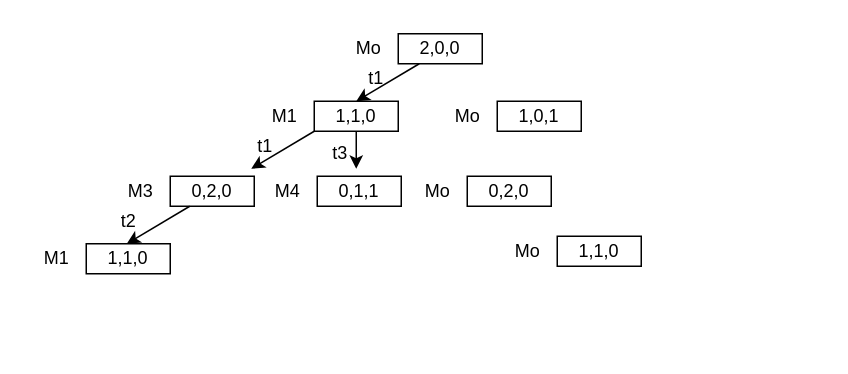
The draw.io diagram Дерево достижимости.drawio in lyudmilareshetyuk/draw.io, before the edit. Source tidied: cells renumbered, new cells numbered last; positions are measured from the earlier drawing's top-left corner, leaving out a move shared by most shapes. Both pictures are drawn from the tidied source at 150%, with x=0, y=0 at pixel (26, 26).
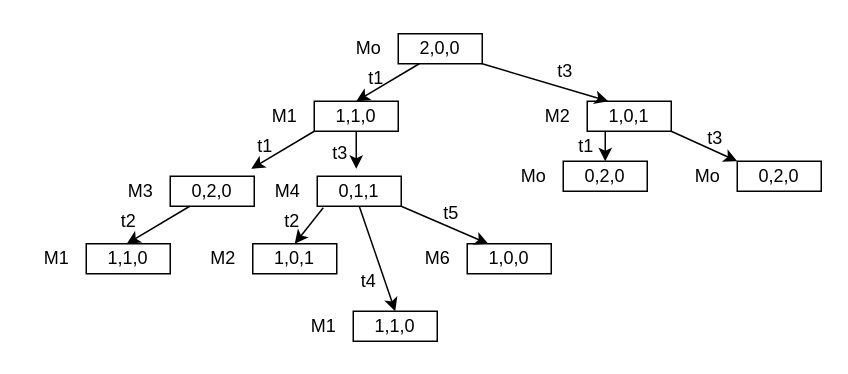
After the change.

The change refers to these unchanged cells:
```xml
<mxCell id="2" value="2,0,0" style="rounded=0;whiteSpace=wrap;html=1;" parent="1" vertex="1">
  <mxGeometry x="248" y="5" width="56" height="20" as="geometry" />
</mxCell>
<mxCell id="11" value="0,1,1" style="rounded=0;whiteSpace=wrap;html=1;" parent="1" vertex="1">
  <mxGeometry x="194" y="100" width="56" height="20" as="geometry" />
</mxCell>
<mxCell id="12" value="М4" style="text;html=1;align=center;verticalAlign=middle;points=[];strokeColor=none;fillColor=none;" parent="1" vertex="1">
  <mxGeometry x="154" y="95" width="40" height="30" as="geometry" />
</mxCell>
```

Change to the diagram source:
```diff
@@
+    <mxCell id="26" style="edgeStyle=orthogonalEdgeStyle;rounded=0;jettySize=auto;html=1;exitX=0.25;exitY=1;exitDx=0;exitDy=0;entryX=0.5;entryY=0;entryDx=0;entryDy=0;" parent="1" edge="1" source="7" target="39">
+      <mxGeometry relative="1" as="geometry" />
+    </mxCell>
     <mxCell id="7" value="1,0,1" style="rounded=0;whiteSpace=wrap;html=1;" parent="1" vertex="1">
-      <mxGeometry x="314" y="50" width="56" height="20" as="geometry" />
+      <mxGeometry x="374" y="50" width="56" height="20" as="geometry" />
     </mxCell>
-    <mxCell id="8" value="Мо" style="text;html=1;align=center;verticalAlign=middle;strokeColor=none;fillColor=none;" parent="1" vertex="1">
-      <mxGeometry x="274" y="45" width="40" height="30" as="geometry" />
+    <mxCell id="8" value="М2" style="text;html=1;align=center;verticalAlign=middle;strokeColor=none;fillColor=none;" parent="1" vertex="1">
+      <mxGeometry x="334" y="45" width="40" height="30" as="geometry" />
     </mxCell>
@@
     <mxCell id="13" value="0,2,0" style="rounded=0;whiteSpace=wrap;html=1;" parent="1" vertex="1">
-      <mxGeometry x="294" y="100" width="56" height="20" as="geometry" />
+      <mxGeometry x="474" y="90" width="56" height="20" as="geometry" />
     </mxCell>
     <mxCell id="14" value="Мо" style="text;html=1;align=center;verticalAlign=middle;strokeColor=none;fillColor=none;" parent="1" vertex="1">
-      <mxGeometry x="254" y="95" width="40" height="30" as="geometry" />
+      <mxGeometry x="434" y="85" width="40" height="30" as="geometry" />
     </mxCell>
-    <mxCell id="15" value="1,1,0" style="rounded=0;whiteSpace=wrap;html=1;" parent="1" vertex="1">
-      <mxGeometry x="354" y="140" width="56" height="20" as="geometry" />
+    <mxCell id="15" value="1,0,0" style="rounded=0;whiteSpace=wrap;html=1;" parent="1" vertex="1">
+      <mxGeometry x="294" y="145" width="56" height="20" as="geometry" />
     </mxCell>
-    <mxCell id="16" value="Мо" style="text;html=1;align=center;verticalAlign=middle;strokeColor=none;fillColor=none;" parent="1" vertex="1">
-      <mxGeometry x="314" y="135" width="40" height="30" as="geometry" />
+    <mxCell id="16" value="М6" style="text;html=1;align=center;verticalAlign=middle;strokeColor=none;fillColor=none;" parent="1" vertex="1">
+      <mxGeometry x="254" y="140" width="40" height="30" as="geometry" />
     </mxCell>
@@
+    <mxCell id="27" value="1,0,1" style="rounded=0;whiteSpace=wrap;html=1;" parent="1" vertex="1">
+      <mxGeometry x="151" y="145" width="56" height="20" as="geometry" />
+    </mxCell>
+    <mxCell id="28" value="М2" style="text;html=1;align=center;verticalAlign=middle;strokeColor=none;fillColor=none;" parent="1" vertex="1">
+      <mxGeometry x="111" y="140" width="40" height="30" as="geometry" />
+    </mxCell>
+    <mxCell id="29" value="1,1,0" style="rounded=0;whiteSpace=wrap;html=1;" parent="1" vertex="1">
+      <mxGeometry x="218" y="190" width="56" height="20" as="geometry" />
+    </mxCell>
+    <mxCell id="30" value="М1" style="text;html=1;align=center;verticalAlign=middle;strokeColor=none;fillColor=none;" parent="1" vertex="1">
+      <mxGeometry x="178" y="185" width="40" height="30" as="geometry" />
+    </mxCell>
+    <mxCell id="31" style="endArrow=classic;html=1;rounded=0;exitX=1.1;exitY=0.867;exitDx=0;exitDy=0;exitPerimeter=0;entryX=0.5;entryY=0;entryDx=0;entryDy=0;" parent="1" edge="1" source="12" target="27">
+      <mxGeometry relative="1" as="geometry" />
+    </mxCell>
+    <mxCell id="32" style="endArrow=classic;html=1;rounded=0;exitX=0.5;exitY=1;exitDx=0;exitDy=0;entryX=0.5;entryY=0;entryDx=0;entryDy=0;" parent="1" edge="1" source="11" target="29">
+      <mxGeometry relative="1" as="geometry" />
+    </mxCell>
+    <mxCell id="33" style="endArrow=classic;html=1;rounded=0;exitX=1;exitY=1;exitDx=0;exitDy=0;entryX=0.25;entryY=0;entryDx=0;entryDy=0;" parent="1" edge="1" source="11" target="15">
+      <mxGeometry relative="1" as="geometry" />
+    </mxCell>
+    <mxCell id="34" value="t2" style="text;html=1;align=center;verticalAlign=middle;strokeColor=none;fillColor=none;" parent="1" vertex="1">
+      <mxGeometry x="162" y="115" width="30" height="30" as="geometry" />
+    </mxCell>
+    <mxCell id="35" value="t4" style="text;html=1;align=center;verticalAlign=middle;strokeColor=none;fillColor=none;" parent="1" vertex="1">
+      <mxGeometry x="213" y="155" width="30" height="30" as="geometry" />
+    </mxCell>
+    <mxCell id="36" value="t5" style="text;html=1;align=center;verticalAlign=middle;strokeColor=none;fillColor=none;" parent="1" vertex="1">
+      <mxGeometry x="268" y="110" width="30" height="30" as="geometry" />
+    </mxCell>
+    <mxCell id="37" value="t3" style="text;html=1;align=center;verticalAlign=middle;strokeColor=none;fillColor=none;" parent="1" vertex="1">
+      <mxGeometry x="344" y="15" width="30" height="30" as="geometry" />
+    </mxCell>
+    <mxCell id="38" style="endArrow=classic;html=1;rounded=0;exitX=1;exitY=1;exitDx=0;exitDy=0;entryX=0.25;entryY=0;entryDx=0;entryDy=0;" parent="1" edge="1" source="2" target="7">
+      <mxGeometry relative="1" as="geometry" />
+    </mxCell>
+    <mxCell id="39" value="0,2,0" style="rounded=0;whiteSpace=wrap;html=1;" parent="1" vertex="1">
+      <mxGeometry x="358" y="90" width="56" height="20" as="geometry" />
+    </mxCell>
+    <mxCell id="40" value="Мо" style="text;html=1;align=center;verticalAlign=middle;strokeColor=none;fillColor=none;" parent="1" vertex="1">
+      <mxGeometry x="318" y="85" width="40" height="30" as="geometry" />
+    </mxCell>
+    <mxCell id="41" style="endArrow=classic;html=1;rounded=0;exitX=1;exitY=1;exitDx=0;exitDy=0;entryX=0;entryY=0;entryDx=0;entryDy=0;" parent="1" edge="1" source="7" target="13">
+      <mxGeometry relative="1" as="geometry" />
+    </mxCell>
+    <mxCell id="42" value="t3" style="text;html=1;align=center;verticalAlign=middle;strokeColor=none;fillColor=none;" parent="1" vertex="1">
+      <mxGeometry x="444" y="60" width="30" height="30" as="geometry" />
+    </mxCell>
+    <mxCell id="43" value="t1" style="text;html=1;align=center;verticalAlign=middle;strokeColor=none;fillColor=none;" parent="1" vertex="1">
+      <mxGeometry x="358" y="65" width="30" height="30" as="geometry" />
+    </mxCell>
```
